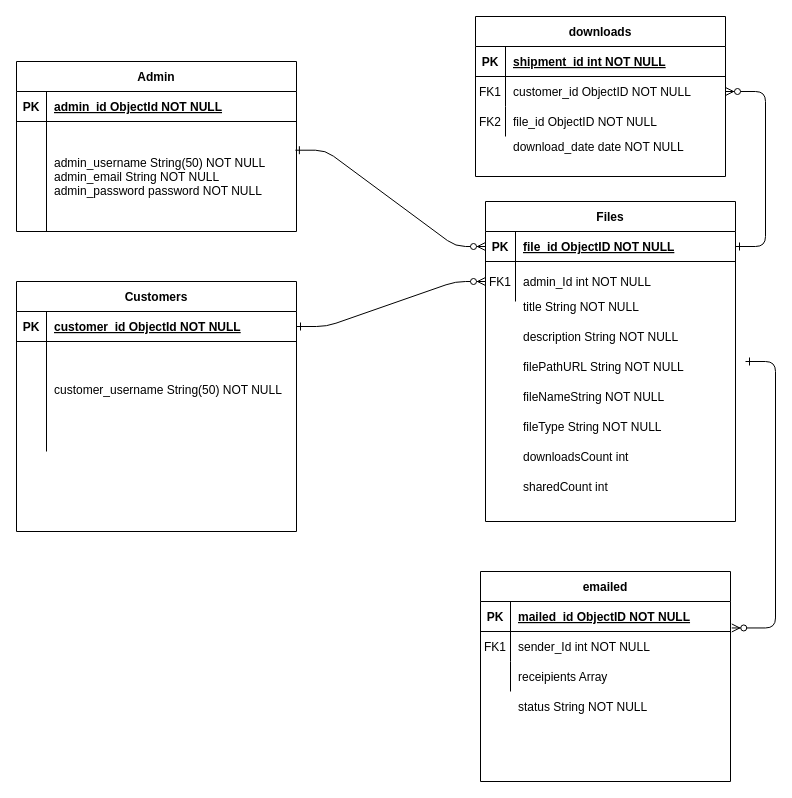
This is ER_Diagram/ER_Diagram.drawio from chris-zano/AT_File-Server, a draw.io file, before an edit. Source tidied: cells renumbered, new cells numbered last; positions are measured from the earlier drawing's top-left corner, leaving out a move shared by most shapes. Both pictures are drawn from the tidied source at 100%, with x=0, y=0 at pixel (16, 16).
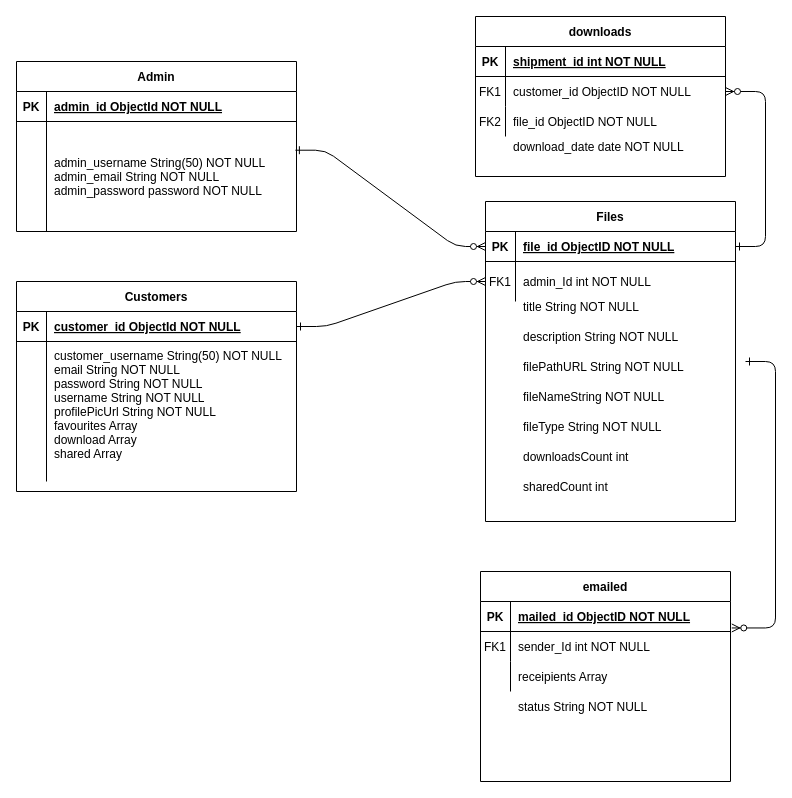
After the change.

The edit, as a diff of the source:
```diff
@@
     <mxCell id="21" value="Customers" style="shape=table;startSize=30;childLayout=tableLayout;rowLines=0;fontStyle=1;align=center;" parent="1" vertex="1">
-      <mxGeometry y="265" width="280" height="250" as="geometry" />
+      <mxGeometry y="265" width="280" height="210" as="geometry" />
     </mxCell>
@@
     <mxCell id="25" style="shape=partialRectangle;fillColor=none;top=0;left=0;right=0;bottom=0;" parent="21" vertex="1">
-      <mxGeometry y="60" width="280" height="110" as="geometry" />
+      <mxGeometry y="60" width="280" height="140" as="geometry" />
     </mxCell>
     <mxCell id="26" style="shape=partialRectangle;overflow=hidden;fillColor=none;top=0;left=0;bottom=0;right=0;" parent="25" vertex="1">
-      <mxGeometry width="30" height="110" as="geometry" />
+      <mxGeometry width="30" height="140" as="geometry" />
     </mxCell>
-    <mxCell id="27" value="customer_username String(50) NOT NULL&#10;" style="shape=partialRectangle;overflow=hidden;fillColor=none;top=0;left=0;bottom=0;right=0;align=left;spacingLeft=6;" parent="25" vertex="1">
-      <mxGeometry x="30" width="250" height="110" as="geometry" />
+    <mxCell id="27" value="customer_username String(50) NOT NULL&#10;email String NOT NULL&#10;password String NOT NULL&#10;username String NOT NULL&#10;profilePicUrl String NOT NULL&#10;favourites Array&#10;download Array&#10;shared Array&#10;" style="shape=partialRectangle;overflow=hidden;fillColor=none;top=0;left=0;bottom=0;right=0;align=left;spacingLeft=6;" parent="25" vertex="1">
+      <mxGeometry x="30" width="250" height="140" as="geometry" />
     </mxCell>
```
